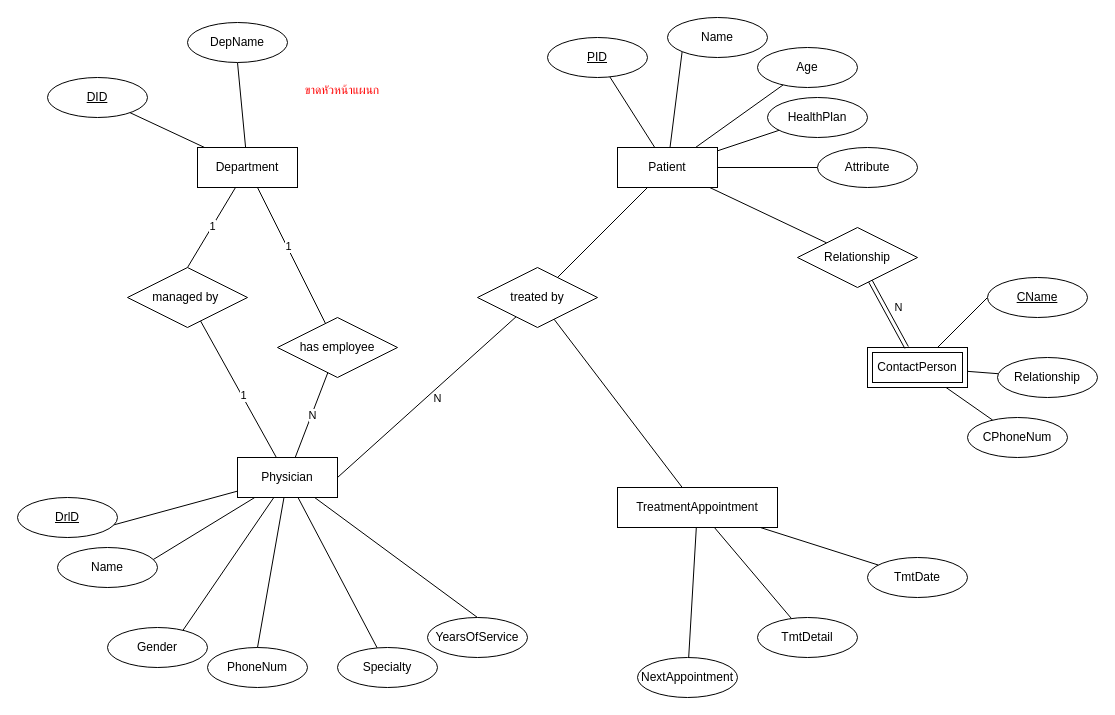
Before: hospital.drawio in Poom5741/cs251ERD, a draw.io diagram. Source tidied: cells renumbered, new cells numbered last; positions are measured from the earlier drawing's top-left corner, leaving out a move shared by most shapes. Both pictures are drawn from the tidied source at 100%, with x=0, y=0 at pixel (17, 17).
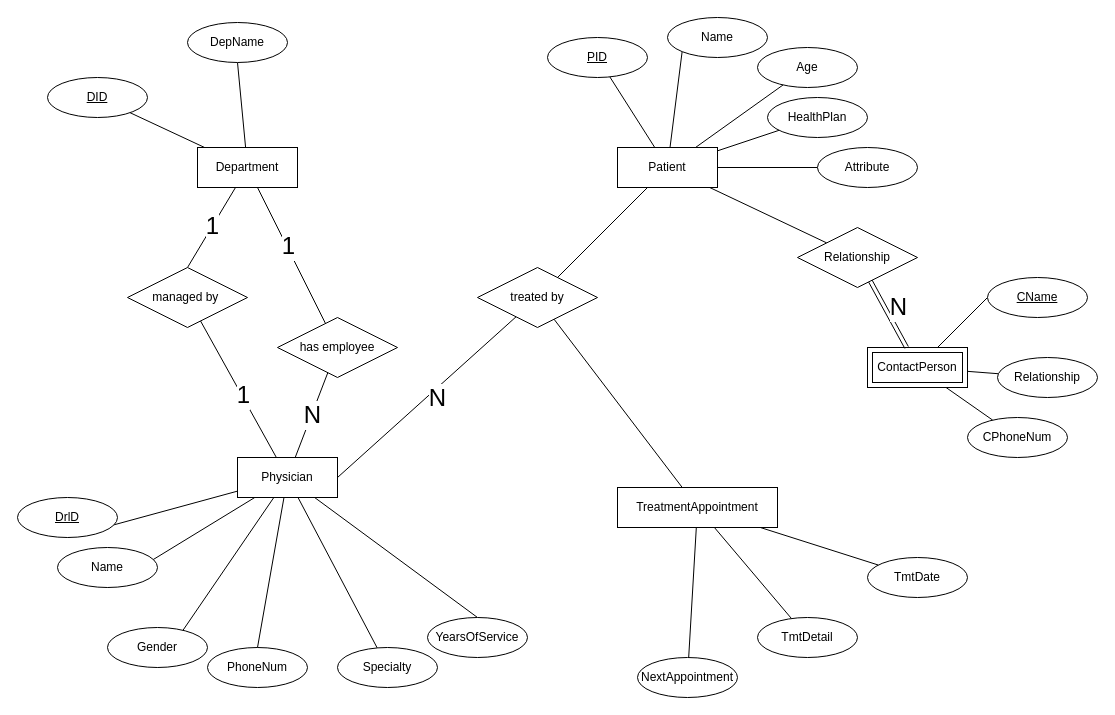
The same diagram, later.

Unchanged cells that the change refers to:
```xml
<mxCell id="4" style="rounded=0;jettySize=auto;html=1;endArrow=none;startFill=0;entryX=0.5;entryY=0;entryDx=0;entryDy=0;" parent="1" edge="1" source="8" target="45">
  <mxGeometry relative="1" as="geometry" />
</mxCell>
<mxCell id="6" style="rounded=0;jettySize=auto;html=1;endArrow=none;startFill=0;" parent="1" edge="1" source="8" target="48">
  <mxGeometry relative="1" as="geometry" />
</mxCell>
<mxCell id="46" style="rounded=0;jettySize=auto;html=1;endArrow=none;startFill=0;" parent="1" edge="1" source="48" target="37">
  <mxGeometry relative="1" as="geometry" />
</mxCell>
<mxCell id="49" style="rounded=0;jettySize=auto;html=1;entryX=1;entryY=0.5;entryDx=0;entryDy=0;endArrow=none;startFill=0;" parent="1" edge="1" source="52" target="37">
  <mxGeometry relative="1" as="geometry" />
</mxCell>
<mxCell id="60" style="endArrow=none;html=1;rounded=0;" parent="1" edge="1" source="45" target="37">
  <mxGeometry relative="1" as="geometry" />
</mxCell>
<mxCell id="62" style="rounded=0;jettySize=auto;html=1;endArrow=none;startFill=0;shape=link;" parent="1" edge="1" source="64" target="28">
  <mxGeometry relative="1" as="geometry" />
</mxCell>
```

Change to the diagram source:
```diff
@@
-    <mxCell id="5" value="1" style="edgeLabel;html=1;align=center;verticalAlign=middle;" parent="4" vertex="1">
+    <mxCell id="5" value="1" style="edgeLabel;html=1;align=center;verticalAlign=middle;fontSize=24;" parent="4" vertex="1">
       <mxGeometry x="-0.03" relative="1" as="geometry" />
     </mxCell>
@@
-    <mxCell id="7" value="1" style="edgeLabel;html=1;align=center;verticalAlign=middle;" parent="6" vertex="1">
+    <mxCell id="7" value="1" style="edgeLabel;html=1;align=center;verticalAlign=middle;fontSize=24;" parent="6" vertex="1">
       <mxGeometry x="-0.13" y="1" relative="1" as="geometry" />
     </mxCell>
@@
-    <mxCell id="11" value="&lt;font style=&quot;color: rgb(255, 0, 0);&quot;&gt;ขาดหัวหน้าแผนก&lt;/font&gt;" style="text;html=1;align=center;verticalAlign=middle;whiteSpace=wrap;rounded=0;" parent="1" vertex="1">
-      <mxGeometry x="280" y="45" width="90" height="55" as="geometry" />
-    </mxCell>
@@
-    <mxCell id="47" value="N" style="edgeLabel;html=1;align=center;verticalAlign=middle;" parent="46" vertex="1">
+    <mxCell id="47" value="N" style="edgeLabel;html=1;align=center;verticalAlign=middle;fontSize=24;" parent="46" vertex="1">
       <mxGeometry relative="1" as="geometry" />
     </mxCell>
@@
-    <mxCell id="50" value="N" style="edgeLabel;html=1;align=center;verticalAlign=middle;" parent="49" vertex="1">
+    <mxCell id="50" value="N" style="edgeLabel;html=1;align=center;verticalAlign=middle;fontSize=24;" parent="49" vertex="1">
       <mxGeometry x="-0.07" relative="1" as="geometry">
         <mxPoint x="4" y="6" as="offset" />
       </mxGeometry>
     </mxCell>
@@
-    <mxCell id="61" value="1" style="edgeLabel;html=1;align=center;verticalAlign=middle;" parent="60" vertex="1">
+    <mxCell id="61" value="1" style="edgeLabel;html=1;align=center;verticalAlign=middle;fontSize=24;" parent="60" vertex="1">
       <mxGeometry x="0.09" y="1" relative="1" as="geometry" />
     </mxCell>
@@
-    <mxCell id="63" value="N" style="edgeLabel;html=1;align=center;verticalAlign=middle;" parent="62" vertex="1">
+    <mxCell id="63" value="N" style="edgeLabel;html=1;align=center;verticalAlign=middle;fontSize=24;" parent="62" vertex="1">
       <mxGeometry x="0.01" relative="1" as="geometry">
         <mxPoint x="9" y="-7" as="offset" />
       </mxGeometry>
     </mxCell>
```
